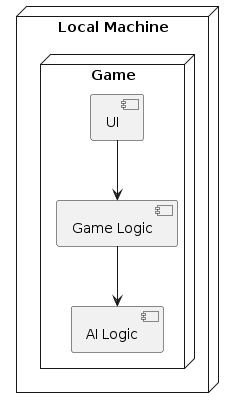
This is Final_Project/uml/Physical_View.png from joywalgren/FinalProject_OOP, a PlantUML export, as it was before one commit.
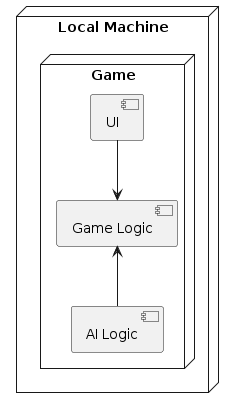
After the commit.

What changed in the source:
```diff
@@ -8,6 +8,6 @@
 }
 
 UI --> "Game Logic"
-"Game Logic" --> "AI Logic"
+"Game Logic" <-- "AI Logic"
 
 @enduml
```
